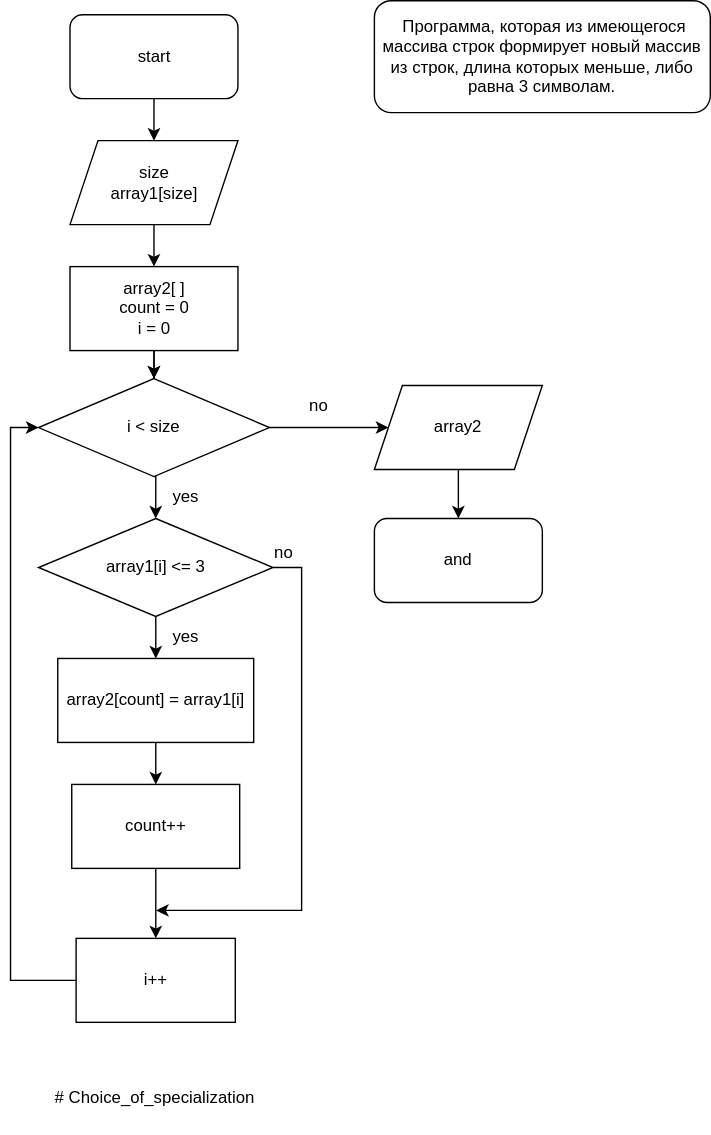
This is схема.svg from Chronik47/DFinal-verification-work-, a draw.io export, as it was before one commit. Source tidied: cells renumbered, new cells last; positions are measured from the earlier drawing's top-left corner, leaving out a move shared by most shapes. Its diagram source:
```xml
<mxGraphModel>
  <root>
    <mxCell id="0" />
    <mxCell id="1" parent="0" />
    <mxCell id="2" style="edgeStyle=orthogonalEdgeStyle;rounded=0;jettySize=auto;html=1;" parent="1" edge="1" source="3" target="5">
      <mxGeometry relative="1" as="geometry" />
    </mxCell>
    <mxCell id="3" value="start" style="rounded=1;whiteSpace=wrap;html=1;" parent="1" vertex="1">
      <mxGeometry x="42.5" y="10" width="120" height="60" as="geometry" />
    </mxCell>
    <mxCell id="4" style="edgeStyle=orthogonalEdgeStyle;rounded=0;jettySize=auto;html=1;" parent="1" edge="1" source="19" target="17">
      <mxGeometry relative="1" as="geometry" />
    </mxCell>
    <mxCell id="5" value="size&lt;br&gt;array1[size]" style="shape=parallelogram;perimeter=parallelogramPerimeter;whiteSpace=wrap;html=1;fixedSize=1;" parent="1" vertex="1">
      <mxGeometry x="42.5" y="100" width="120" height="60" as="geometry" />
    </mxCell>
    <mxCell id="6" style="edgeStyle=orthogonalEdgeStyle;rounded=0;jettySize=auto;html=1;" parent="1" edge="1" source="19" target="17">
      <mxGeometry relative="1" as="geometry" />
    </mxCell>
    <mxCell id="7" style="edgeStyle=orthogonalEdgeStyle;rounded=0;jettySize=auto;html=1;" parent="1" edge="1" source="9" target="23">
      <mxGeometry relative="1" as="geometry" />
    </mxCell>
    <mxCell id="8" style="edgeStyle=orthogonalEdgeStyle;rounded=0;jettySize=auto;html=1;exitX=1;exitY=0.5;exitDx=0;exitDy=0;" parent="1" edge="1" source="9">
      <mxGeometry relative="1" as="geometry">
        <mxPoint x="104" y="650" as="targetPoint" />
        <Array as="points">
          <mxPoint x="208" y="405" />
          <mxPoint x="208" y="650" />
        </Array>
      </mxGeometry>
    </mxCell>
    <mxCell id="9" value="array1[i] &amp;lt;= 3" style="rhombus;whiteSpace=wrap;html=1;" parent="1" vertex="1">
      <mxGeometry x="20" y="370" width="167.5" height="70" as="geometry" />
    </mxCell>
    <mxCell id="10" style="edgeStyle=orthogonalEdgeStyle;rounded=0;jettySize=auto;html=1;" parent="1" edge="1" source="23" target="12">
      <mxGeometry relative="1" as="geometry" />
    </mxCell>
    <mxCell id="11" style="edgeStyle=orthogonalEdgeStyle;rounded=0;jettySize=auto;html=1;" parent="1" edge="1" source="12" target="14">
      <mxGeometry relative="1" as="geometry" />
    </mxCell>
    <mxCell id="12" value="count++" style="rounded=0;whiteSpace=wrap;html=1;" parent="1" vertex="1">
      <mxGeometry x="43.8" y="560" width="120" height="60" as="geometry" />
    </mxCell>
    <mxCell id="13" style="edgeStyle=orthogonalEdgeStyle;rounded=0;jettySize=auto;html=1;entryX=0;entryY=0.5;entryDx=0;entryDy=0;" parent="1" edge="1" source="14" target="17">
      <mxGeometry relative="1" as="geometry">
        <Array as="points">
          <mxPoint y="700" />
          <mxPoint y="305" />
        </Array>
      </mxGeometry>
    </mxCell>
    <mxCell id="14" value="i++" style="rounded=0;whiteSpace=wrap;html=1;" parent="1" vertex="1">
      <mxGeometry x="46.9" y="670" width="113.8" height="60" as="geometry" />
    </mxCell>
    <mxCell id="15" style="edgeStyle=orthogonalEdgeStyle;rounded=0;jettySize=auto;html=1;exitX=0.5;exitY=1;exitDx=0;exitDy=0;entryX=0.5;entryY=0;entryDx=0;entryDy=0;" parent="1" edge="1" source="17" target="9">
      <mxGeometry relative="1" as="geometry" />
    </mxCell>
    <mxCell id="16" style="edgeStyle=orthogonalEdgeStyle;rounded=0;jettySize=auto;html=1;" parent="1" edge="1" source="17" target="21">
      <mxGeometry relative="1" as="geometry" />
    </mxCell>
    <mxCell id="17" value="i &amp;lt; size" style="rhombus;whiteSpace=wrap;html=1;" parent="1" vertex="1">
      <mxGeometry x="20" y="270" width="165" height="70" as="geometry" />
    </mxCell>
    <mxCell id="18" style="edgeStyle=orthogonalEdgeStyle;rounded=0;jettySize=auto;html=1;" parent="1" edge="1" source="5" target="19">
      <mxGeometry relative="1" as="geometry" />
    </mxCell>
    <mxCell id="19" value="array2[ ]&lt;br&gt;count = 0&lt;br&gt;i = 0" style="rounded=0;whiteSpace=wrap;html=1;" parent="1" vertex="1">
      <mxGeometry x="42.5" y="190" width="120" height="60" as="geometry" />
    </mxCell>
    <mxCell id="20" style="edgeStyle=orthogonalEdgeStyle;rounded=0;jettySize=auto;html=1;" parent="1" edge="1" source="21" target="22">
      <mxGeometry relative="1" as="geometry" />
    </mxCell>
    <mxCell id="21" value="array2" style="shape=parallelogram;perimeter=parallelogramPerimeter;whiteSpace=wrap;html=1;fixedSize=1;" parent="1" vertex="1">
      <mxGeometry x="260" y="275" width="120" height="60" as="geometry" />
    </mxCell>
    <mxCell id="22" value="and" style="rounded=1;whiteSpace=wrap;html=1;" parent="1" vertex="1">
      <mxGeometry x="260" y="370" width="120" height="60" as="geometry" />
    </mxCell>
    <mxCell id="23" value="array2[count] = array1[i]" style="rounded=0;whiteSpace=wrap;html=1;" parent="1" vertex="1">
      <mxGeometry x="33.8" y="470" width="140" height="60" as="geometry" />
    </mxCell>
    <mxCell id="24" value="no" style="text;html=1;align=center;verticalAlign=middle;strokeColor=none;fillColor=none;" parent="1" vertex="1">
      <mxGeometry x="200" y="275" width="40" height="30" as="geometry" />
    </mxCell>
    <mxCell id="25" value="no" style="text;html=1;align=center;verticalAlign=middle;strokeColor=none;fillColor=none;" parent="1" vertex="1">
      <mxGeometry x="175" y="380" width="40" height="30" as="geometry" />
    </mxCell>
    <mxCell id="26" value="yes" style="text;html=1;align=center;verticalAlign=middle;strokeColor=none;fillColor=none;" parent="1" vertex="1">
      <mxGeometry x="105" y="340" width="40" height="30" as="geometry" />
    </mxCell>
    <mxCell id="27" value="yes" style="text;html=1;align=center;verticalAlign=middle;strokeColor=none;fillColor=none;" parent="1" vertex="1">
      <mxGeometry x="105" y="440" width="40" height="30" as="geometry" />
    </mxCell>
    <mxCell id="28" value="&amp;nbsp;Программа, которая из имеющегося массива строк формирует новый массив из строк, длина которых меньше, либо равна 3 символам." style="rounded=1;whiteSpace=wrap;html=1;" parent="1" vertex="1">
      <mxGeometry x="260" width="240" height="80" as="geometry" />
    </mxCell>
    <mxCell id="29" value="# Choice_of_specialization" style="text;whiteSpace=wrap;html=1;" parent="1" vertex="1">
      <mxGeometry x="30" y="770" width="180" height="40" as="geometry" />
    </mxCell>
  </root>
</mxGraphModel>
```
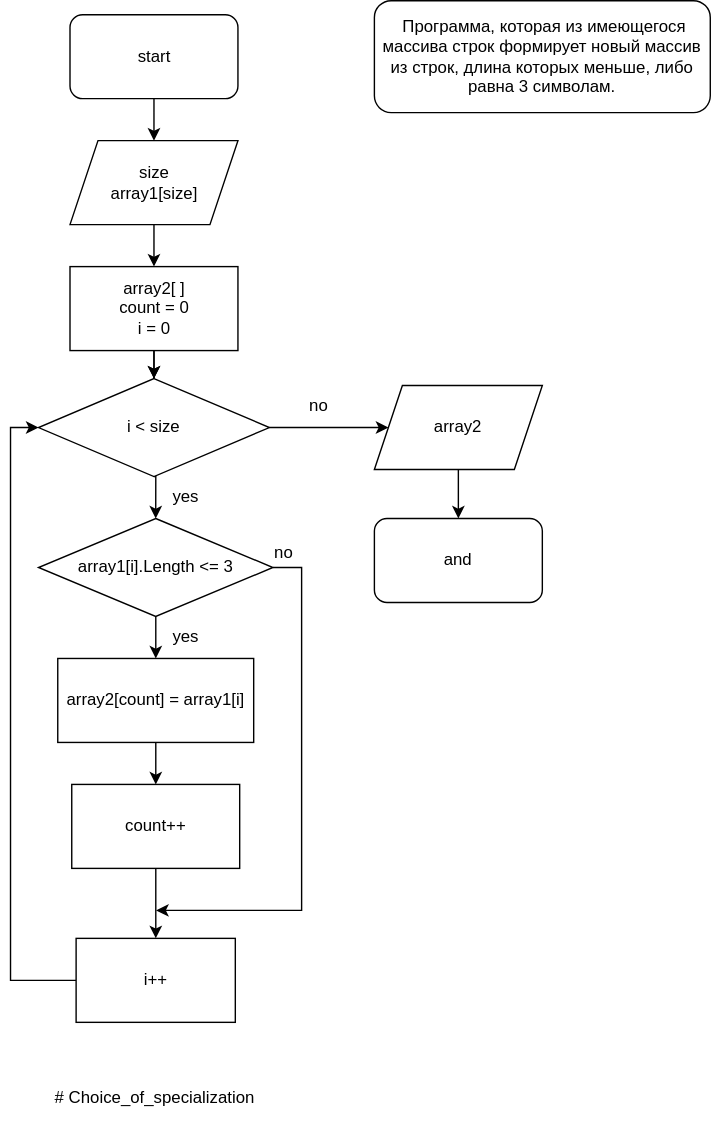
Above is the later version.

Diff of the diagram source:
```diff
@@ -29,7 +29,7 @@
         </Array>
       </mxGeometry>
     </mxCell>
-    <mxCell id="9" value="array1[i] &amp;lt;= 3" style="rhombus;whiteSpace=wrap;html=1;" parent="1" vertex="1">
+    <mxCell id="9" value="array1[i].Length &amp;lt;= 3" style="rhombus;whiteSpace=wrap;html=1;" parent="1" vertex="1">
       <mxGeometry x="20" y="370" width="167.5" height="70" as="geometry" />
     </mxCell>
     <mxCell id="10" style="edgeStyle=orthogonalEdgeStyle;rounded=0;jettySize=auto;html=1;" parent="1" edge="1" source="23" target="12">
```
